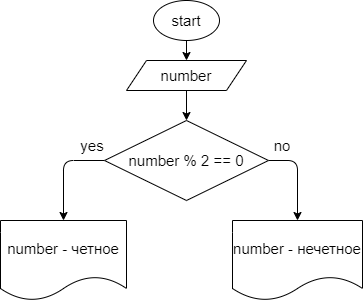
GeorgeSaltykov/Homework keeps this draw.io diagram as Task006/Task006.drawio.png. Above is the earlier version. Source tidied: cells renumbered, new cells last; positions are measured from the earlier drawing's top-left corner, leaving out a move shared by most shapes. Source of this version:
```xml
<mxGraphModel>
  <root>
    <mxCell id="0" />
    <mxCell id="1" parent="0" />
    <mxCell id="2" style="edgeStyle=none;html=1;fontSize=15;" parent="1" edge="1" source="3" target="5">
      <mxGeometry relative="1" as="geometry" />
    </mxCell>
    <mxCell id="3" value="&lt;font style=&quot;font-size: 15px&quot;&gt;start&lt;/font&gt;" style="ellipse;whiteSpace=wrap;html=1;" parent="1" vertex="1">
      <mxGeometry x="153" width="66" height="40" as="geometry" />
    </mxCell>
    <mxCell id="4" style="edgeStyle=none;html=1;fontSize=15;" parent="1" edge="1" source="5" target="8">
      <mxGeometry relative="1" as="geometry" />
    </mxCell>
    <mxCell id="5" value="number" style="shape=parallelogram;perimeter=parallelogramPerimeter;whiteSpace=wrap;html=1;fixedSize=1;fontSize=15;" parent="1" vertex="1">
      <mxGeometry x="126" y="60" width="120" height="30" as="geometry" />
    </mxCell>
    <mxCell id="6" style="edgeStyle=none;html=1;entryX=0.5;entryY=0;entryDx=0;entryDy=0;fontSize=15;" parent="1" edge="1" source="8" target="9">
      <mxGeometry relative="1" as="geometry">
        <Array as="points">
          <mxPoint x="63" y="160" />
        </Array>
      </mxGeometry>
    </mxCell>
    <mxCell id="7" style="edgeStyle=none;html=1;entryX=0.5;entryY=0;entryDx=0;entryDy=0;fontSize=15;" parent="1" edge="1" source="8" target="10">
      <mxGeometry relative="1" as="geometry">
        <Array as="points">
          <mxPoint x="297" y="160" />
        </Array>
      </mxGeometry>
    </mxCell>
    <mxCell id="8" value="number % 2 == 0" style="rhombus;whiteSpace=wrap;html=1;fontSize=15;" parent="1" vertex="1">
      <mxGeometry x="104" y="120" width="164" height="80" as="geometry" />
    </mxCell>
    <mxCell id="9" value="number - четное" style="shape=document;whiteSpace=wrap;html=1;boundedLbl=1;fontSize=15;" parent="1" vertex="1">
      <mxGeometry y="220" width="126" height="80" as="geometry" />
    </mxCell>
    <mxCell id="10" value="number - нечетное" style="shape=document;whiteSpace=wrap;html=1;boundedLbl=1;fontSize=15;" parent="1" vertex="1">
      <mxGeometry x="232" y="220" width="130" height="80" as="geometry" />
    </mxCell>
    <mxCell id="11" value="yes" style="text;html=1;strokeColor=none;fillColor=none;align=center;verticalAlign=middle;whiteSpace=wrap;rounded=0;fontSize=15;" parent="1" vertex="1">
      <mxGeometry x="62" y="130" width="60" height="30" as="geometry" />
    </mxCell>
    <mxCell id="12" value="no" style="text;html=1;strokeColor=none;fillColor=none;align=center;verticalAlign=middle;whiteSpace=wrap;rounded=0;fontSize=15;" parent="1" vertex="1">
      <mxGeometry x="252" y="130" width="60" height="30" as="geometry" />
    </mxCell>
  </root>
</mxGraphModel>
```
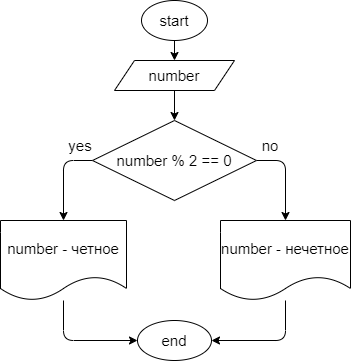
The same file after the commit.

What changed in the source:
```diff
@@ -17,7 +17,7 @@
     <mxCell id="6" style="edgeStyle=none;html=1;entryX=0.5;entryY=0;entryDx=0;entryDy=0;fontSize=15;" parent="1" edge="1" source="8" target="9">
       <mxGeometry relative="1" as="geometry">
         <Array as="points">
-          <mxPoint x="63" y="160" />
+          <mxPoint x="75" y="160" />
         </Array>
       </mxGeometry>
     </mxCell>
@@ -31,9 +31,23 @@
     <mxCell id="8" value="number % 2 == 0" style="rhombus;whiteSpace=wrap;html=1;fontSize=15;" parent="1" vertex="1">
       <mxGeometry x="104" y="120" width="164" height="80" as="geometry" />
     </mxCell>
+    <mxCell id="13" style="edgeStyle=none;html=1;entryX=0;entryY=0.5;entryDx=0;entryDy=0;fontSize=15;" parent="1" edge="1" source="9" target="15">
+      <mxGeometry relative="1" as="geometry">
+        <Array as="points">
+          <mxPoint x="75" y="340" />
+        </Array>
+      </mxGeometry>
+    </mxCell>
     <mxCell id="9" value="number - четное" style="shape=document;whiteSpace=wrap;html=1;boundedLbl=1;fontSize=15;" parent="1" vertex="1">
-      <mxGeometry y="220" width="126" height="80" as="geometry" />
+      <mxGeometry x="12" y="220" width="126" height="80" as="geometry" />
     </mxCell>
+    <mxCell id="14" style="edgeStyle=none;html=1;entryX=1;entryY=0.5;entryDx=0;entryDy=0;fontSize=15;" parent="1" edge="1" source="10" target="15">
+      <mxGeometry relative="1" as="geometry">
+        <Array as="points">
+          <mxPoint x="297" y="340" />
+        </Array>
+      </mxGeometry>
+    </mxCell>
     <mxCell id="10" value="number - нечетное" style="shape=document;whiteSpace=wrap;html=1;boundedLbl=1;fontSize=15;" parent="1" vertex="1">
       <mxGeometry x="232" y="220" width="130" height="80" as="geometry" />
     </mxCell>
@@ -43,5 +57,8 @@
     <mxCell id="12" value="no" style="text;html=1;strokeColor=none;fillColor=none;align=center;verticalAlign=middle;whiteSpace=wrap;rounded=0;fontSize=15;" parent="1" vertex="1">
       <mxGeometry x="252" y="130" width="60" height="30" as="geometry" />
     </mxCell>
+    <mxCell id="15" value="end" style="ellipse;whiteSpace=wrap;html=1;fontSize=15;" parent="1" vertex="1">
+      <mxGeometry x="149" y="320" width="74" height="40" as="geometry" />
+    </mxCell>
   </root>
 </mxGraphModel>
```
